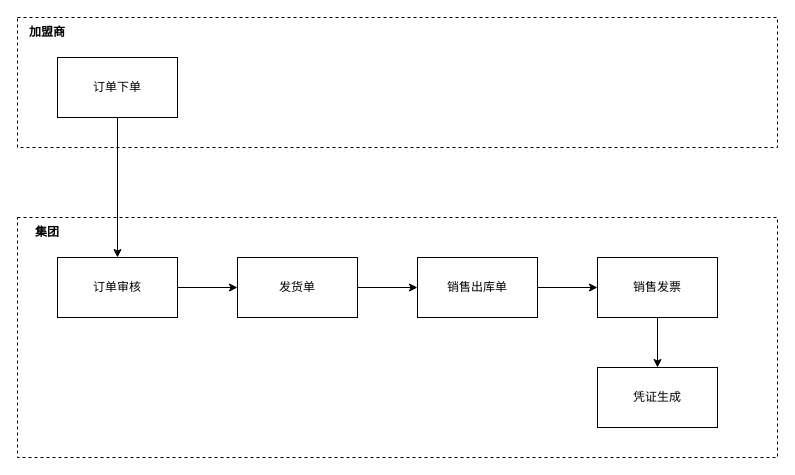
Before: order.drawio in gaoyong06/saas, a draw.io diagram. Source tidied: cells renumbered, new cells numbered last; positions are measured from the earlier drawing's top-left corner, leaving out a move shared by most shapes. Both pictures are drawn from the tidied source at 100%, with x=0, y=0 at pixel (17, 17).
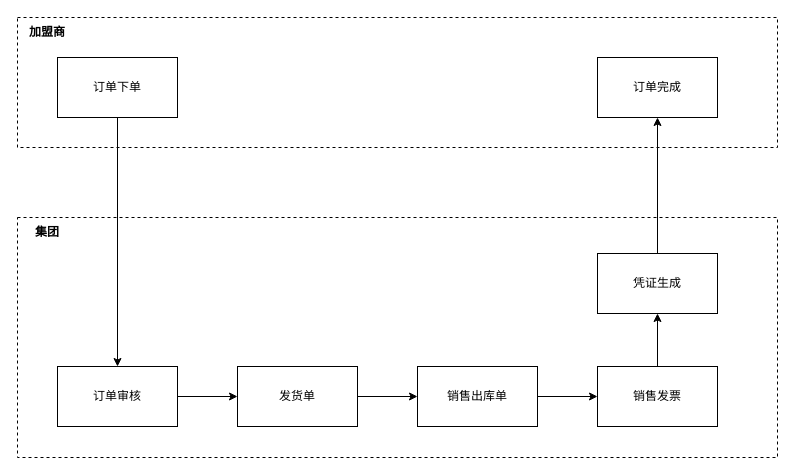
Above is the later version.

Change to the diagram source:
```diff
@@
 <mxGraphModel>
   <root>
     <mxCell id="0" />
     <mxCell id="1" parent="0" />
     <mxCell id="2" style="rounded=0;whiteSpace=wrap;html=1;dashed=1;" parent="1" vertex="1">
       <mxGeometry y="200" width="760" height="240" as="geometry" />
     </mxCell>
     <mxCell id="3" style="rounded=0;whiteSpace=wrap;html=1;dashed=1;" parent="1" vertex="1">
       <mxGeometry width="760" height="130" as="geometry" />
     </mxCell>
     <mxCell id="4" value="订单下单" style="rounded=0;whiteSpace=wrap;html=1;" parent="1" vertex="1">
       <mxGeometry x="40" y="40" width="120" height="60" as="geometry" />
     </mxCell>
     <mxCell id="5" value="订单审核" style="rounded=0;whiteSpace=wrap;html=1;" parent="1" vertex="1">
-      <mxGeometry x="40" y="240" width="120" height="60" as="geometry" />
+      <mxGeometry x="40" y="349" width="120" height="60" as="geometry" />
     </mxCell>
     <mxCell id="6" value="发货单" style="rounded=0;whiteSpace=wrap;html=1;" parent="1" vertex="1">
-      <mxGeometry x="220" y="240" width="120" height="60" as="geometry" />
+      <mxGeometry x="220" y="349" width="120" height="60" as="geometry" />
     </mxCell>
     <mxCell id="7" value="销售出库单" style="rounded=0;whiteSpace=wrap;html=1;" parent="1" vertex="1">
-      <mxGeometry x="400" y="240" width="120" height="60" as="geometry" />
+      <mxGeometry x="400" y="349" width="120" height="60" as="geometry" />
     </mxCell>
     <mxCell id="8" value="销售发票" style="rounded=0;whiteSpace=wrap;html=1;" parent="1" vertex="1">
-      <mxGeometry x="580" y="240" width="120" height="60" as="geometry" />
+      <mxGeometry x="580" y="349" width="120" height="60" as="geometry" />
     </mxCell>
     <mxCell id="9" value="凭证生成" style="rounded=0;whiteSpace=wrap;html=1;" parent="1" vertex="1">
-      <mxGeometry x="580" y="350" width="120" height="60" as="geometry" />
+      <mxGeometry x="580" y="236" width="120" height="60" as="geometry" />
     </mxCell>
     <mxCell id="10" value="加盟商" style="text;html=1;strokeColor=none;fillColor=none;align=center;verticalAlign=middle;whiteSpace=wrap;rounded=0;dashed=1;fontStyle=1;" parent="1" vertex="1">
       <mxGeometry width="60" height="30" as="geometry" />
     </mxCell>
     <mxCell id="11" value="集团" style="text;html=1;strokeColor=none;fillColor=none;align=center;verticalAlign=middle;whiteSpace=wrap;rounded=0;dashed=1;fontStyle=1;" parent="1" vertex="1">
       <mxGeometry y="200" width="60" height="30" as="geometry" />
     </mxCell>
     <mxCell id="12" style="endArrow=classic;html=1;rounded=0;exitX=0.5;exitY=1;exitDx=0;exitDy=0;" parent="1" edge="1" source="4" target="5">
       <mxGeometry relative="1" as="geometry" />
     </mxCell>
     <mxCell id="13" style="endArrow=classic;html=1;rounded=0;exitX=1;exitY=0.5;exitDx=0;exitDy=0;entryX=0;entryY=0.5;entryDx=0;entryDy=0;" parent="1" edge="1" source="5" target="6">
       <mxGeometry relative="1" as="geometry" />
     </mxCell>
     <mxCell id="14" style="endArrow=classic;html=1;rounded=0;exitX=1;exitY=0.5;exitDx=0;exitDy=0;entryX=0;entryY=0.5;entryDx=0;entryDy=0;" parent="1" edge="1" source="6" target="7">
       <mxGeometry relative="1" as="geometry" />
     </mxCell>
     <mxCell id="15" style="endArrow=classic;html=1;rounded=0;exitX=1;exitY=0.5;exitDx=0;exitDy=0;" parent="1" edge="1" source="7" target="8">
       <mxGeometry relative="1" as="geometry" />
     </mxCell>
-    <mxCell id="16" style="endArrow=classic;html=1;rounded=0;exitX=0.5;exitY=1;exitDx=0;exitDy=0;" parent="1" edge="1" source="8" target="9">
+    <mxCell id="16" style="endArrow=classic;html=1;rounded=0;exitX=0.5;exitY=0;exitDx=0;exitDy=0;" parent="1" edge="1" source="8" target="9">
       <mxGeometry relative="1" as="geometry" />
     </mxCell>
+    <mxCell id="17" value="订单完成" style="rounded=0;whiteSpace=wrap;html=1;" parent="1" vertex="1">
+      <mxGeometry x="580" y="40" width="120" height="60" as="geometry" />
+    </mxCell>
+    <mxCell id="18" style="endArrow=classic;html=1;rounded=0;exitX=0.5;exitY=0;exitDx=0;exitDy=0;entryX=0.5;entryY=1;entryDx=0;entryDy=0;" parent="1" edge="1" source="9" target="17">
+      <mxGeometry relative="1" as="geometry" />
+    </mxCell>
   </root>
 </mxGraphModel>
```
